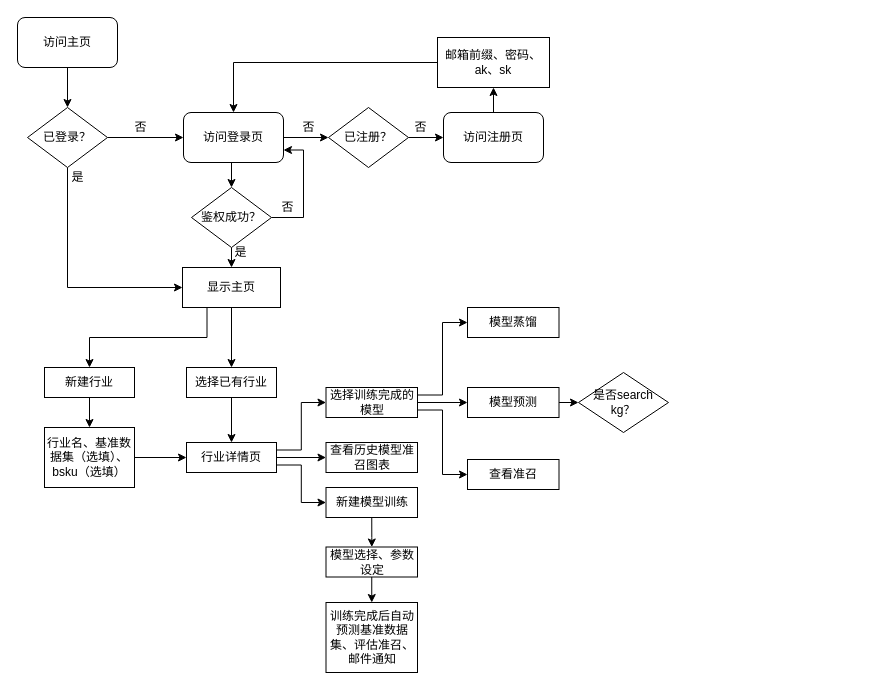
Earlier version of the draw.io diagram Untitled Diagram.drawio (cultivater/hello-world). Source tidied: cells renumbered, new cells numbered last; positions are measured from the earlier drawing's top-left corner, leaving out a move shared by most shapes. Both pictures are drawn from the tidied source at 100%, with x=0, y=0 at pixel (17, 17).
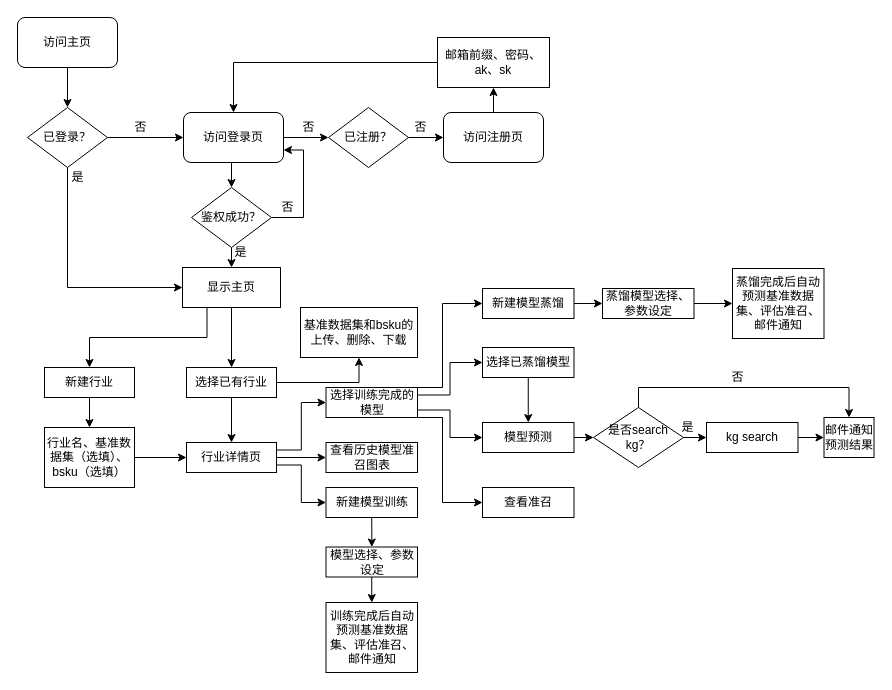
After the change.

Unchanged cells that the change refers to:
```xml
<mxCell id="33" value="选择已有行业" style="rounded=0;whiteSpace=wrap;html=1;" parent="1" vertex="1">
  <mxGeometry x="169" y="350" width="90" height="30" as="geometry" />
</mxCell>
<mxCell id="41" value="选择训练完成的模型" style="rounded=0;whiteSpace=wrap;html=1;" parent="1" vertex="1">
  <mxGeometry x="308.5" y="370" width="91.5" height="30" as="geometry" />
</mxCell>
```

Change to the diagram source:
```diff
@@
+    <mxCell id="53" style="edgeStyle=orthogonalEdgeStyle;rounded=0;jettySize=auto;html=1;exitX=1;exitY=0.5;exitDx=0;exitDy=0;entryX=0.5;entryY=1;entryDx=0;entryDy=0;" parent="1" edge="1" source="33" target="68">
+      <mxGeometry relative="1" as="geometry" />
+    </mxCell>
@@
     <mxCell id="38" style="edgeStyle=orthogonalEdgeStyle;rounded=0;jettySize=auto;html=1;exitX=1;exitY=0.25;exitDx=0;exitDy=0;entryX=0;entryY=0.5;entryDx=0;entryDy=0;" parent="1" edge="1" source="41" target="51">
-      <mxGeometry relative="1" as="geometry" />
+      <mxGeometry relative="1" as="geometry">
+        <Array as="points">
+          <mxPoint x="400" y="370" />
+          <mxPoint x="425" y="370" />
+          <mxPoint x="425" y="286" />
+        </Array>
+      </mxGeometry>
     </mxCell>
+    <mxCell id="40" style="edgeStyle=orthogonalEdgeStyle;rounded=0;jettySize=auto;html=1;exitX=1;exitY=0.75;exitDx=0;exitDy=0;entryX=0;entryY=0.5;entryDx=0;entryDy=0;" parent="1" edge="1" source="41" target="50">
+      <mxGeometry relative="1" as="geometry">
+        <Array as="points">
+          <mxPoint x="400" y="400" />
+          <mxPoint x="425" y="400" />
+          <mxPoint x="425" y="485" />
+        </Array>
+      </mxGeometry>
+    </mxCell>
-    <mxCell id="39" style="edgeStyle=orthogonalEdgeStyle;rounded=0;jettySize=auto;html=1;exitX=1;exitY=0.5;exitDx=0;exitDy=0;entryX=0;entryY=0.5;entryDx=0;entryDy=0;" parent="1" edge="1" source="41" target="48">
+    <mxCell id="39" style="edgeStyle=orthogonalEdgeStyle;rounded=0;jettySize=auto;html=1;exitX=1;exitY=0.75;exitDx=0;exitDy=0;entryX=0;entryY=0.5;entryDx=0;entryDy=0;" parent="1" edge="1" source="41" target="48">
       <mxGeometry relative="1" as="geometry" />
     </mxCell>
-    <mxCell id="40" style="edgeStyle=orthogonalEdgeStyle;rounded=0;jettySize=auto;html=1;exitX=1;exitY=0.75;exitDx=0;exitDy=0;entryX=0;entryY=0.5;entryDx=0;entryDy=0;" parent="1" edge="1" source="41" target="50">
-      <mxGeometry relative="1" as="geometry" />
-    </mxCell>
+    <mxCell id="54" style="edgeStyle=orthogonalEdgeStyle;rounded=0;jettySize=auto;html=1;exitX=1;exitY=0.25;exitDx=0;exitDy=0;entryX=0;entryY=0.5;entryDx=0;entryDy=0;" parent="1" edge="1" source="41" target="62">
+      <mxGeometry relative="1" as="geometry" />
+    </mxCell>
@@
     <mxCell id="48" value="模型预测" style="rounded=0;whiteSpace=wrap;html=1;" parent="1" vertex="1">
-      <mxGeometry x="450" y="370" width="91.5" height="30" as="geometry" />
+      <mxGeometry x="465" y="405" width="91.5" height="30" as="geometry" />
     </mxCell>
@@
     <mxCell id="50" value="查看准召" style="rounded=0;whiteSpace=wrap;html=1;" parent="1" vertex="1">
-      <mxGeometry x="450" y="442" width="91.5" height="30" as="geometry" />
+      <mxGeometry x="465" y="470" width="91.5" height="30" as="geometry" />
     </mxCell>
+    <mxCell id="55" style="edgeStyle=orthogonalEdgeStyle;rounded=0;jettySize=auto;html=1;exitX=1;exitY=0.5;exitDx=0;exitDy=0;entryX=0;entryY=0.5;entryDx=0;entryDy=0;" parent="1" edge="1" source="51" target="59">
+      <mxGeometry relative="1" as="geometry" />
+    </mxCell>
-    <mxCell id="51" value="模型蒸馏" style="rounded=0;whiteSpace=wrap;html=1;" parent="1" vertex="1">
-      <mxGeometry x="450" y="290" width="91.5" height="30" as="geometry" />
+    <mxCell id="51" value="新建模型蒸馏" style="rounded=0;whiteSpace=wrap;html=1;" parent="1" vertex="1">
+      <mxGeometry x="465" y="271" width="91.5" height="30" as="geometry" />
     </mxCell>
+    <mxCell id="56" style="edgeStyle=orthogonalEdgeStyle;rounded=0;jettySize=auto;html=1;exitX=1;exitY=0.5;exitDx=0;exitDy=0;entryX=0;entryY=0.5;entryDx=0;entryDy=0;" parent="1" edge="1" source="52" target="64">
+      <mxGeometry relative="1" as="geometry" />
+    </mxCell>
+    <mxCell id="57" style="edgeStyle=orthogonalEdgeStyle;rounded=0;jettySize=auto;html=1;exitX=0.5;exitY=0;exitDx=0;exitDy=0;entryX=0.5;entryY=0;entryDx=0;entryDy=0;" parent="1" edge="1" source="52" target="65">
+      <mxGeometry relative="1" as="geometry" />
+    </mxCell>
     <mxCell id="52" value="是否search kg？" style="rhombus;whiteSpace=wrap;html=1;" parent="1" vertex="1">
-      <mxGeometry x="561" y="355" width="90" height="60" as="geometry" />
+      <mxGeometry x="576" y="390" width="90" height="60" as="geometry" />
     </mxCell>
+    <mxCell id="58" style="edgeStyle=orthogonalEdgeStyle;rounded=0;jettySize=auto;html=1;exitX=1;exitY=0.5;exitDx=0;exitDy=0;entryX=0;entryY=0.5;entryDx=0;entryDy=0;" parent="1" edge="1" source="59" target="60">
+      <mxGeometry relative="1" as="geometry" />
+    </mxCell>
+    <mxCell id="59" value="蒸馏模型选择、参数设定" style="rounded=0;whiteSpace=wrap;html=1;" parent="1" vertex="1">
+      <mxGeometry x="585" y="271" width="91.5" height="30" as="geometry" />
+    </mxCell>
+    <mxCell id="60" value="蒸馏完成后自动预测基准数据集、评估准召、邮件通知" style="rounded=0;whiteSpace=wrap;html=1;" parent="1" vertex="1">
+      <mxGeometry x="715" y="251" width="91.5" height="70" as="geometry" />
+    </mxCell>
+    <mxCell id="61" style="edgeStyle=orthogonalEdgeStyle;rounded=0;jettySize=auto;html=1;exitX=0.5;exitY=1;exitDx=0;exitDy=0;entryX=0.5;entryY=0;entryDx=0;entryDy=0;" parent="1" edge="1" source="62" target="48">
+      <mxGeometry relative="1" as="geometry" />
+    </mxCell>
+    <mxCell id="62" value="选择已蒸馏模型" style="rounded=0;whiteSpace=wrap;html=1;" parent="1" vertex="1">
+      <mxGeometry x="465" y="330" width="91.5" height="30" as="geometry" />
+    </mxCell>
+    <mxCell id="63" style="edgeStyle=orthogonalEdgeStyle;rounded=0;jettySize=auto;html=1;exitX=1;exitY=0.5;exitDx=0;exitDy=0;" parent="1" edge="1" source="64" target="65">
+      <mxGeometry relative="1" as="geometry" />
+    </mxCell>
+    <mxCell id="64" value="kg search" style="rounded=0;whiteSpace=wrap;html=1;" parent="1" vertex="1">
+      <mxGeometry x="689" y="405" width="91.5" height="30" as="geometry" />
+    </mxCell>
+    <mxCell id="65" value="邮件通知预测结果" style="rounded=0;whiteSpace=wrap;html=1;" parent="1" vertex="1">
+      <mxGeometry x="806.5" y="400" width="50" height="40" as="geometry" />
+    </mxCell>
+    <mxCell id="66" value="是" style="text;html=1;align=center;verticalAlign=middle;" parent="1" vertex="1">
+      <mxGeometry x="655" y="400" width="30" height="20" as="geometry" />
+    </mxCell>
+    <mxCell id="67" value="否" style="text;html=1;align=center;verticalAlign=middle;" parent="1" vertex="1">
+      <mxGeometry x="705" y="350" width="30" height="20" as="geometry" />
+    </mxCell>
+    <mxCell id="68" value="基准数据集和bsku的上传、删除、下载" style="rounded=0;whiteSpace=wrap;html=1;" parent="1" vertex="1">
+      <mxGeometry x="283" y="290" width="117" height="50" as="geometry" />
+    </mxCell>
```
